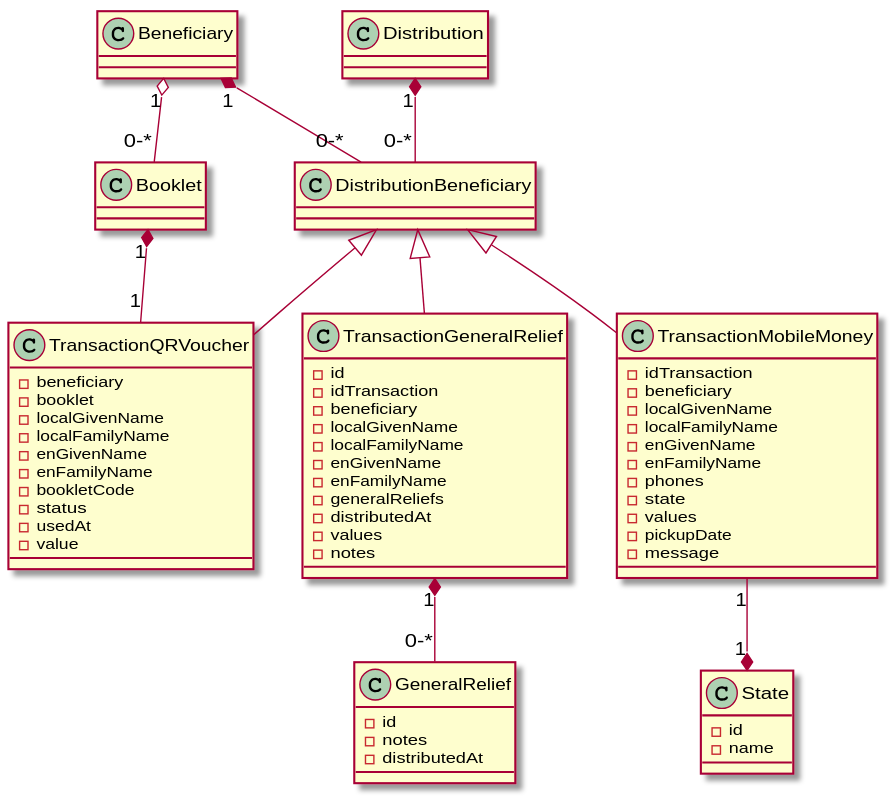
The PlantUML diagram src/app/models/uml/transactions.svg in ReliefApplications/bms_front, before a commit.
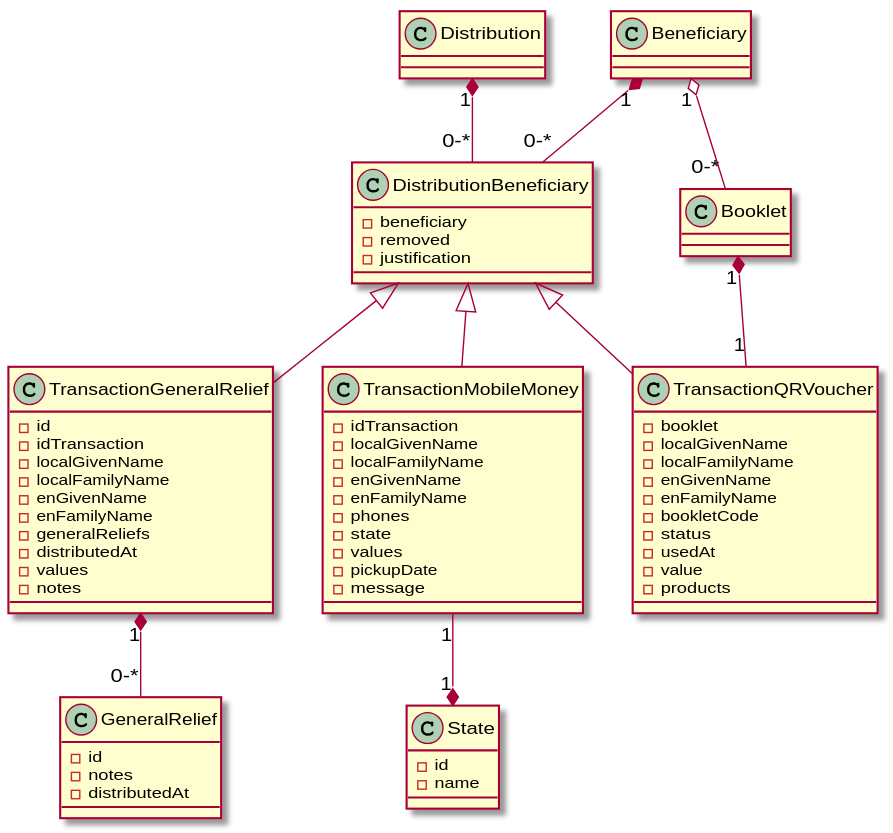
After the commit.

Diff of the diagram source:
```diff
@@ -2,7 +2,6 @@
 class TransactionGeneralRelief {
     - id
     - idTransaction
-    - beneficiary
     - localGivenName
     - localFamilyName
     - enGivenName
@@ -21,7 +20,6 @@
 
 class TransactionMobileMoney {
     - idTransaction
-    - beneficiary
     - localGivenName
     - localFamilyName
     - enGivenName
@@ -39,7 +37,6 @@
 }
 
 class TransactionQRVoucher {
-    - beneficiary
     - booklet
     - localGivenName
     - localFamilyName
@@ -49,6 +46,13 @@
     - status
     - usedAt
     - value
+    - products
+}
+
+class DistributionBeneficiary {
+    - beneficiary
+    - removed
+    - justification
 }
 
 
```
